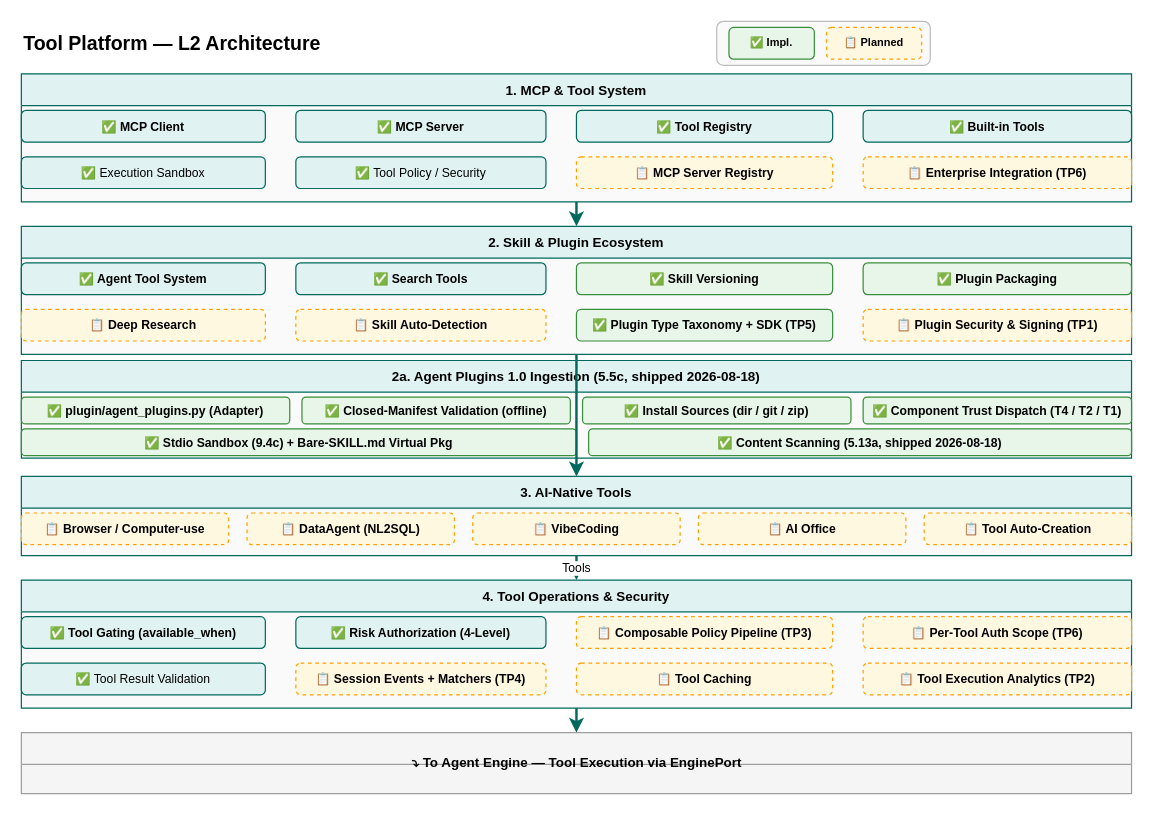
Earlier version of the draw.io diagram docs/design/hardware/tool-platform-l2.drawio (xueyufish/hecate). Source tidied: cells renumbered, new cells numbered last; positions are measured from the earlier drawing's top-left corner, leaving out a move shared by most shapes. Both pictures are drawn from the tidied source at 122%, with x=0, y=0 at pixel (21, 21).
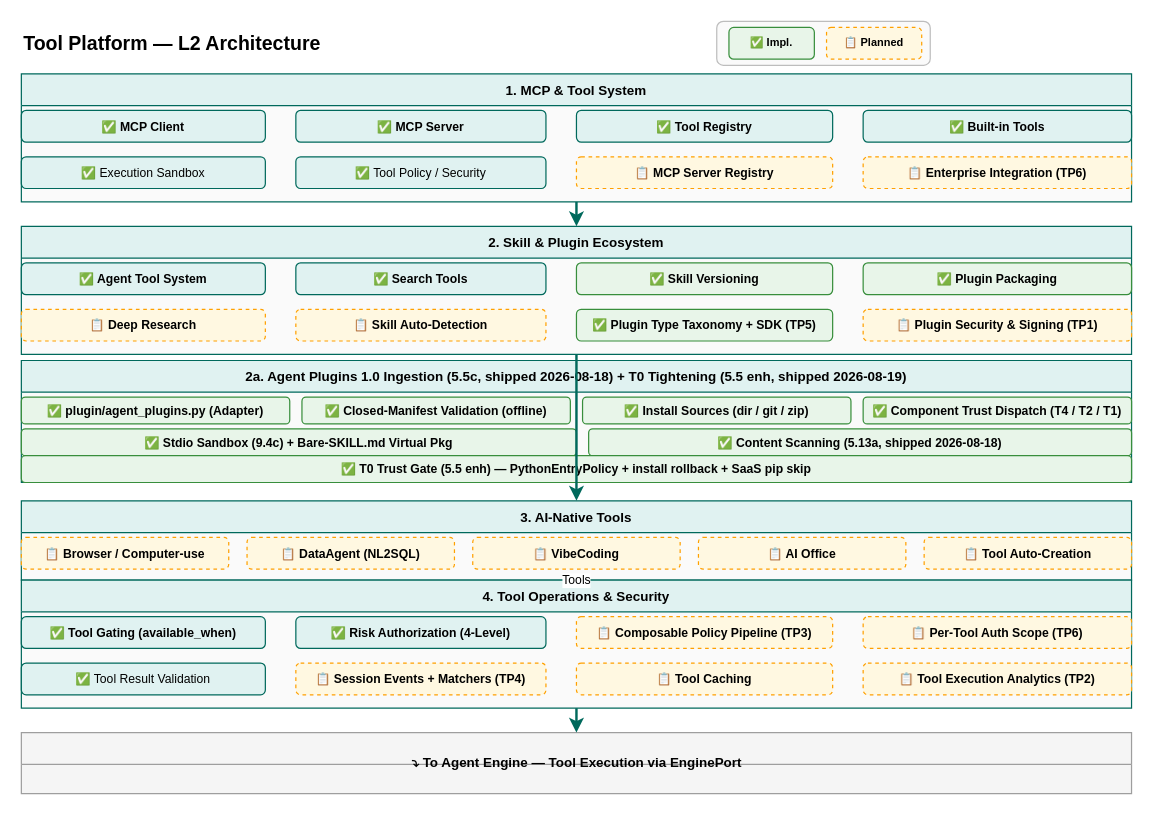
The same diagram, later.

The edit, as a diff of the source:
```diff
@@
-    <mxCell id="24" value="2a. Agent Plugins 1.0 Ingestion (5.5c, shipped 2026-08-18)" style="swimlane;startSize=26;fillColor=#E0F2F1;strokeColor=#00695C;fontSize=11;fontStyle=1;swimlaneFillColor=#FAFAFA;" parent="1" vertex="1">
-      <mxGeometry y="278" width="910" height="80" as="geometry" />
+    <mxCell id="24" value="2a. Agent Plugins 1.0 Ingestion (5.5c, shipped 2026-08-18) + T0 Tightening (5.5 enh, shipped 2026-08-19)" style="swimlane;startSize=26;fillColor=#E0F2F1;strokeColor=#00695C;fontSize=11;fontStyle=1;swimlaneFillColor=#FAFAFA;" parent="1" vertex="1">
+      <mxGeometry y="278" width="910" height="100" as="geometry" />
     </mxCell>
@@
+    <mxCell id="52" value="✅ T0 Trust Gate (5.5 enh) — PythonEntryPolicy + install rollback + SaaS pip skip" style="rounded=1;whiteSpace=wrap;html=1;fillColor=#E8F5E9;strokeColor=#388E3C;fontSize=10;fontStyle=1;" parent="24" vertex="1">
+      <mxGeometry y="78" width="910" height="22" as="geometry" />
+    </mxCell>
     <mxCell id="31" value="3. AI-Native Tools" style="swimlane;startSize=26;fillColor=#E0F2F1;strokeColor=#00695C;fontSize=11;fontStyle=1;swimlaneFillColor=#FAFAFA;" parent="1" vertex="1">
-      <mxGeometry y="373" width="910" height="65" as="geometry" />
+      <mxGeometry y="393" width="910" height="65" as="geometry" />
     </mxCell>
```
